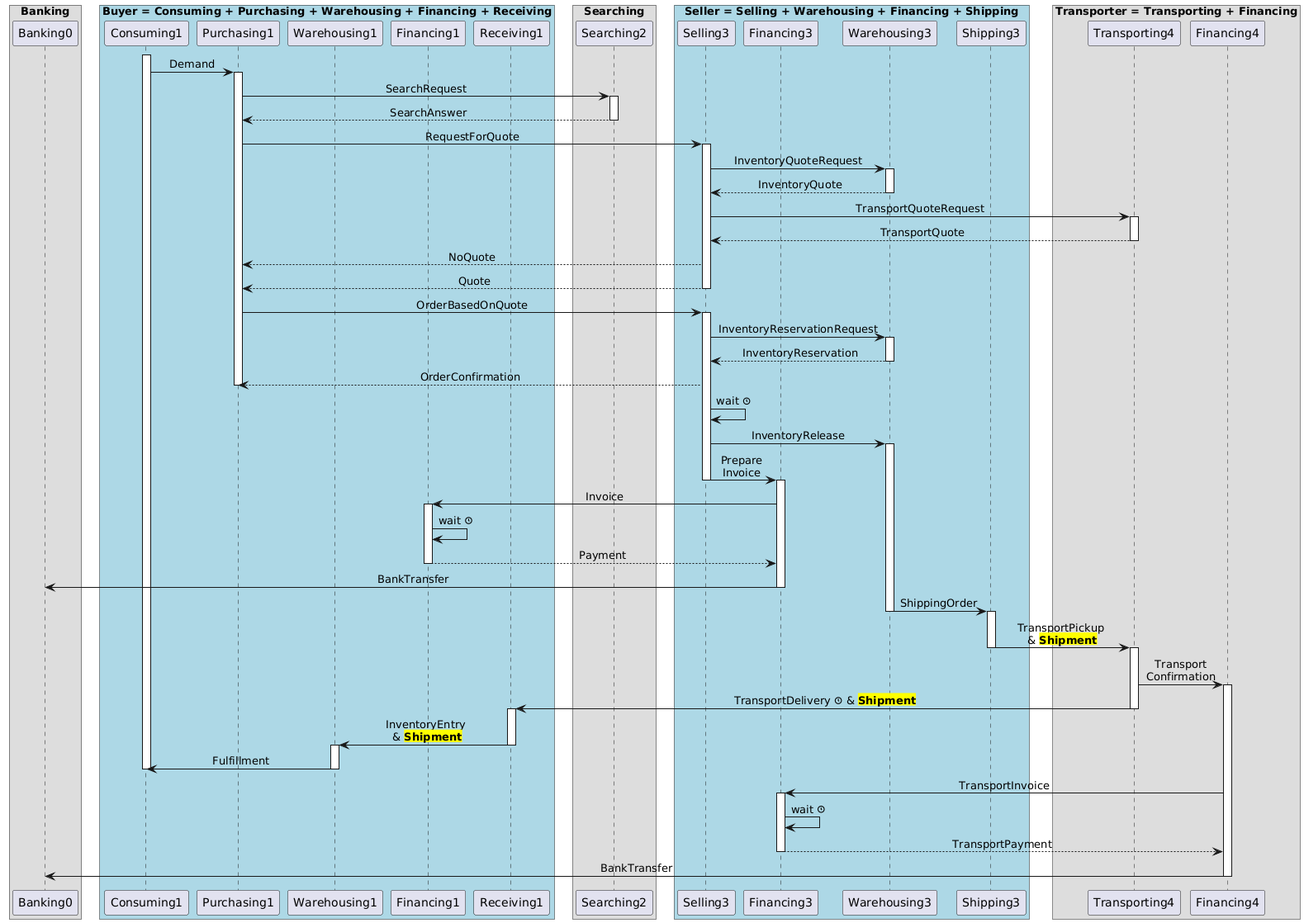
Before: supplychain-core/doc/design/process-demand-rfq.png, a diagram exported from PlantUML (averbraeck/dsol-supplychain).
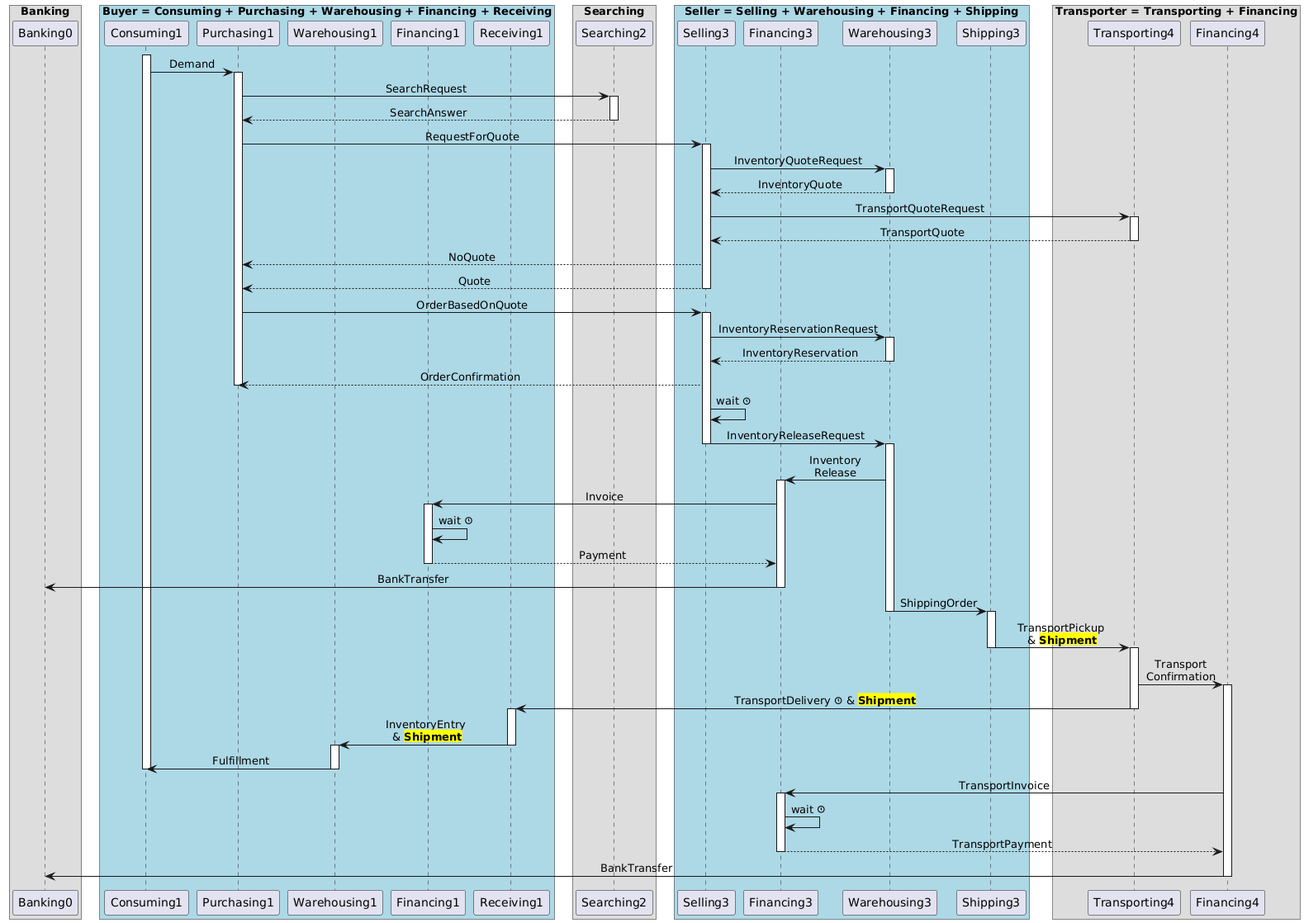
After the change.

Commit message:
InventoryRelease -> InventoryReleaseRequest

What changed in the source:
```diff
@@ -55,9 +55,10 @@
     SR3 --> PR1: OrderConfirmation
   deactivate PR1
   SR3 -> SR3: wait <&clock>
-  SR3 -> WR3: InventoryRelease
+  SR3 -> WR3: InventoryReleaseRequest
+  deactivate SR3
   activate WR3
-  SR3 -> FR3: Prepare\nInvoice
+  WR3 -> FR3: Inventory\nRelease
     deactivate SR3
     activate FR3
     FR3 -> FR1: Invoice
```
